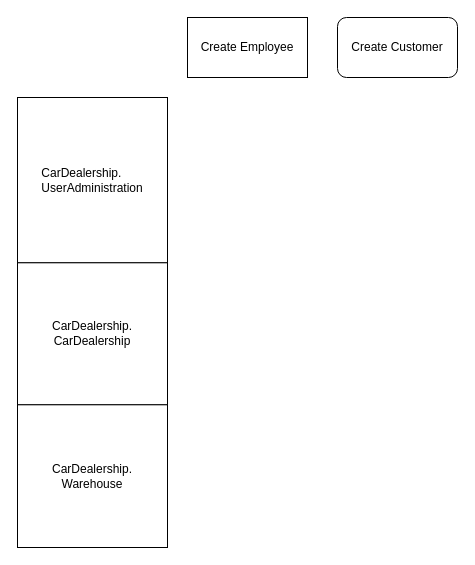
Earlier version of the draw.io diagram page "Process" (2 of 2) of ProjectMap.drawio (capit33/CarDealership). Source tidied: cells renumbered, new cells numbered last; positions are measured from the earlier drawing's top-left corner, leaving out a move shared by most shapes. Both pictures are drawn from the tidied source at 100%, with x=0, y=0 at pixel (17, 17).
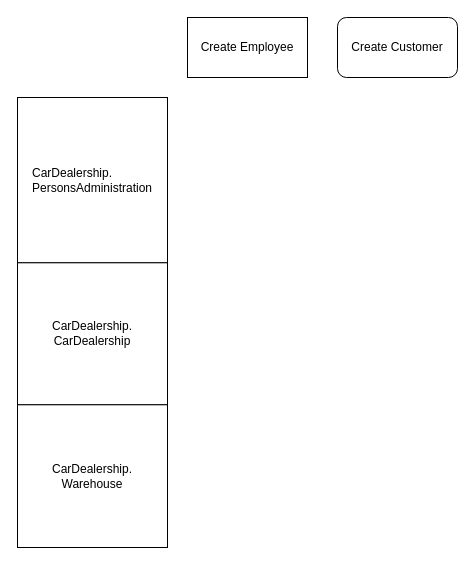
The same page after the edit.

Diff of the diagram source:
```diff
@@
 <mxGraphModel>
   <root>
     <mxCell id="0" />
     <mxCell id="1" parent="0" />
     <mxCell id="2" style="group;whiteSpace=wrap;horizontal=1;" parent="1" vertex="1">
       <mxGeometry y="80" width="150" height="450" as="geometry" />
     </mxCell>
-    <mxCell id="3" value="&lt;div style=&quot;text-align: justify;&quot;&gt;&lt;span style=&quot;background-color: initial;&quot;&gt;CarDealership.&lt;/span&gt;&lt;/div&gt;&lt;div style=&quot;text-align: justify;&quot;&gt;&lt;span style=&quot;background-color: initial;&quot;&gt;UserAdministration&lt;/span&gt;&lt;/div&gt;" style="rounded=0;whiteSpace=wrap;html=1;" parent="2" vertex="1">
+    <mxCell id="3" value="&lt;div style=&quot;text-align: justify;&quot;&gt;&lt;span style=&quot;background-color: initial;&quot;&gt;CarDealership.&lt;/span&gt;&lt;/div&gt;&lt;div style=&quot;text-align: justify;&quot;&gt;&lt;span style=&quot;background-color: initial;&quot;&gt;PersonsAdministration&lt;/span&gt;&lt;/div&gt;" style="rounded=0;whiteSpace=wrap;html=1;" parent="2" vertex="1">
       <mxGeometry width="150" height="165.3" as="geometry" />
     </mxCell>
     <mxCell id="4" value="&lt;div&gt;&lt;span style=&quot;background-color: initial;&quot;&gt;CarDealership.&lt;/span&gt;&lt;/div&gt;&lt;div&gt;CarDealership&lt;br&gt;&lt;/div&gt;" style="rounded=0;whiteSpace=wrap;html=1;" parent="2" vertex="1">
       <mxGeometry y="165.3" width="150" height="142" as="geometry" />
     </mxCell>
     <mxCell id="5" value="&lt;div&gt;&lt;span style=&quot;background-color: initial;&quot;&gt;CarDealership.&lt;/span&gt;&lt;/div&gt;&lt;div&gt;&lt;span style=&quot;background-color: initial;&quot;&gt;Warehouse&lt;/span&gt;&lt;/div&gt;" style="rounded=0;whiteSpace=wrap;html=1;" parent="2" vertex="1">
       <mxGeometry y="307.3" width="150" height="142.7" as="geometry" />
     </mxCell>
     <mxCell id="6" value="Create Employee" style="rounded=0;whiteSpace=wrap;html=1;" parent="1" vertex="1">
       <mxGeometry x="170" width="120" height="60" as="geometry" />
     </mxCell>
     <mxCell id="7" value="Create Customer" style="rounded=1;whiteSpace=wrap;html=1;" parent="1" vertex="1">
       <mxGeometry x="320" width="120" height="60" as="geometry" />
     </mxCell>
   </root>
 </mxGraphModel>
```
